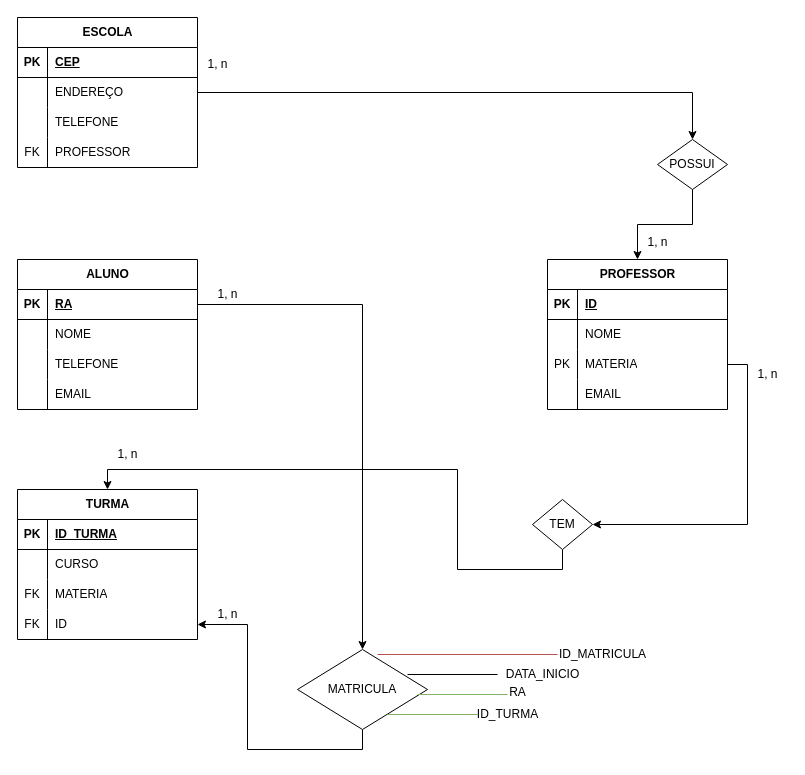
This is BD de uma escola.drawio from FirmoDev/projeto, a draw.io file, before an edit. Source tidied: cells renumbered, new cells numbered last; positions are measured from the earlier drawing's top-left corner, leaving out a move shared by most shapes. Both pictures are drawn from the tidied source at 100%, with x=0, y=0 at pixel (17, 17).
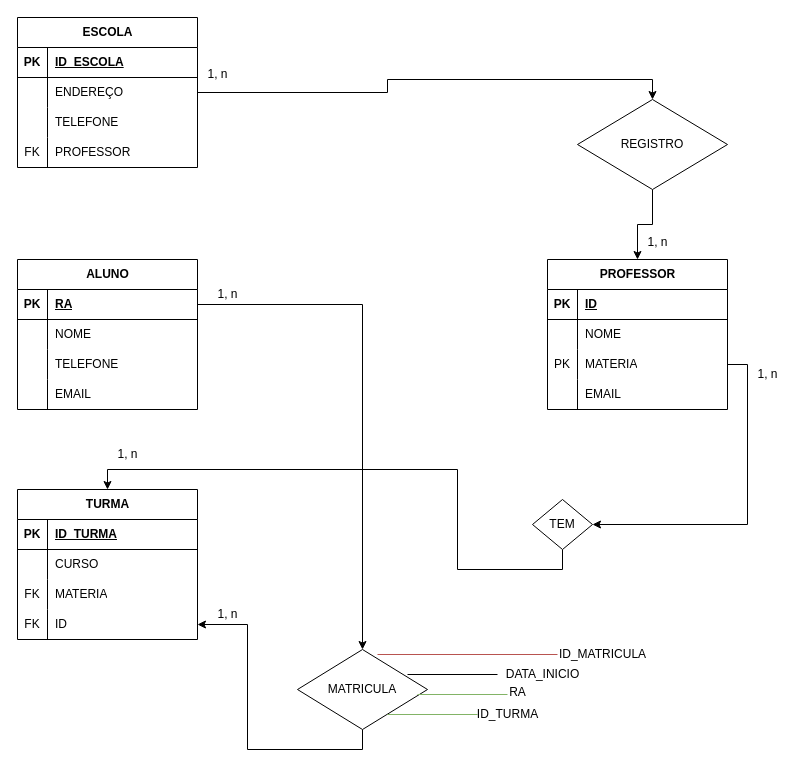
The same diagram, later.

Commit message:
ALTERAÇÃO DO NOME DA PK ESCOLA

The change refers to these unchanged cells:
```xml
<mxCell id="16" style="shape=tableRow;horizontal=0;startSize=0;swimlaneHead=0;swimlaneBody=0;fillColor=none;top=0;left=0;right=0;bottom=1;" parent="15" vertex="1">
  <mxGeometry y="30" width="180" height="30" as="geometry" />
</mxCell>
```

The edit, as a diff of the source:
```diff
@@
-    <mxCell id="18" value="CEP" style="shape=partialRectangle;fillColor=none;top=0;left=0;bottom=0;right=0;align=left;spacingLeft=6;fontStyle=5;overflow=hidden;whiteSpace=wrap;html=1;" parent="16" vertex="1">
+    <mxCell id="18" value="ID_ESCOLA" style="shape=partialRectangle;fillColor=none;top=0;left=0;bottom=0;right=0;align=left;spacingLeft=6;fontStyle=5;overflow=hidden;whiteSpace=wrap;html=1;" parent="16" vertex="1">
       <mxGeometry x="30" width="150" height="30" as="geometry" />
     </mxCell>
@@
-    <mxCell id="60" value="POSSUI" style="shape=rhombus;html=1;dashed=0;whiteSpace=wrap;perimeter=rhombusPerimeter;" parent="1" vertex="1">
-      <mxGeometry x="640" y="122" width="70" height="50" as="geometry" />
+    <mxCell id="60" value="REGISTRO" style="shape=rhombus;html=1;dashed=0;whiteSpace=wrap;perimeter=rhombusPerimeter;" parent="1" vertex="1">
+      <mxGeometry x="560" y="82" width="150" height="90" as="geometry" />
     </mxCell>
@@
     <mxCell id="62" value="1, n" style="text;html=1;align=center;verticalAlign=middle;strokeColor=none;fillColor=none;" parent="1" vertex="1">
-      <mxGeometry x="180" y="32" width="40" height="30" as="geometry" />
+      <mxGeometry x="180" y="42" width="40" height="30" as="geometry" />
     </mxCell>
```
